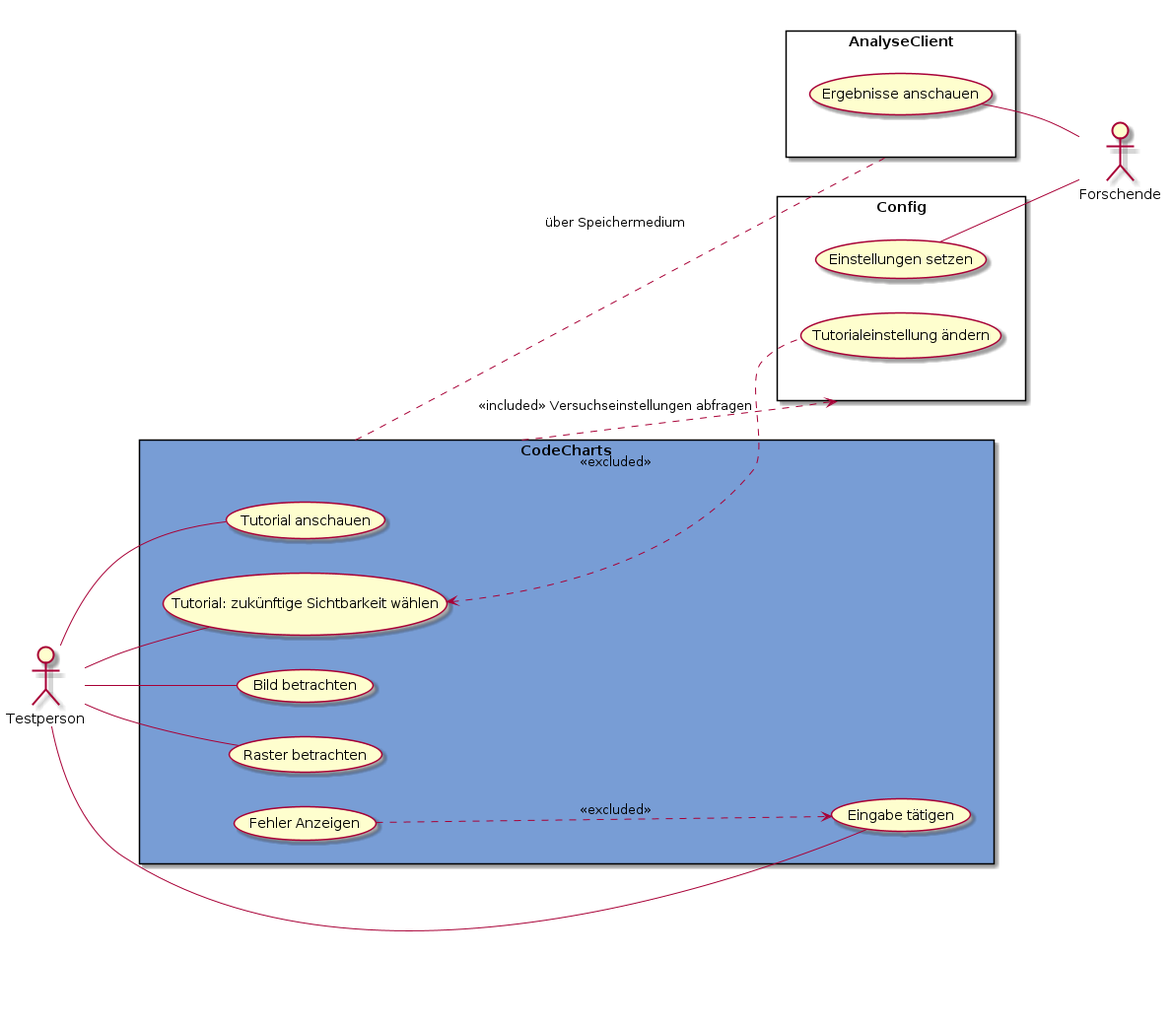
Earlier version of the PlantUML export meilenstein_05/usecase-CodeCharts/usecase-CodeCharts.png (weichware10/meilensteine).
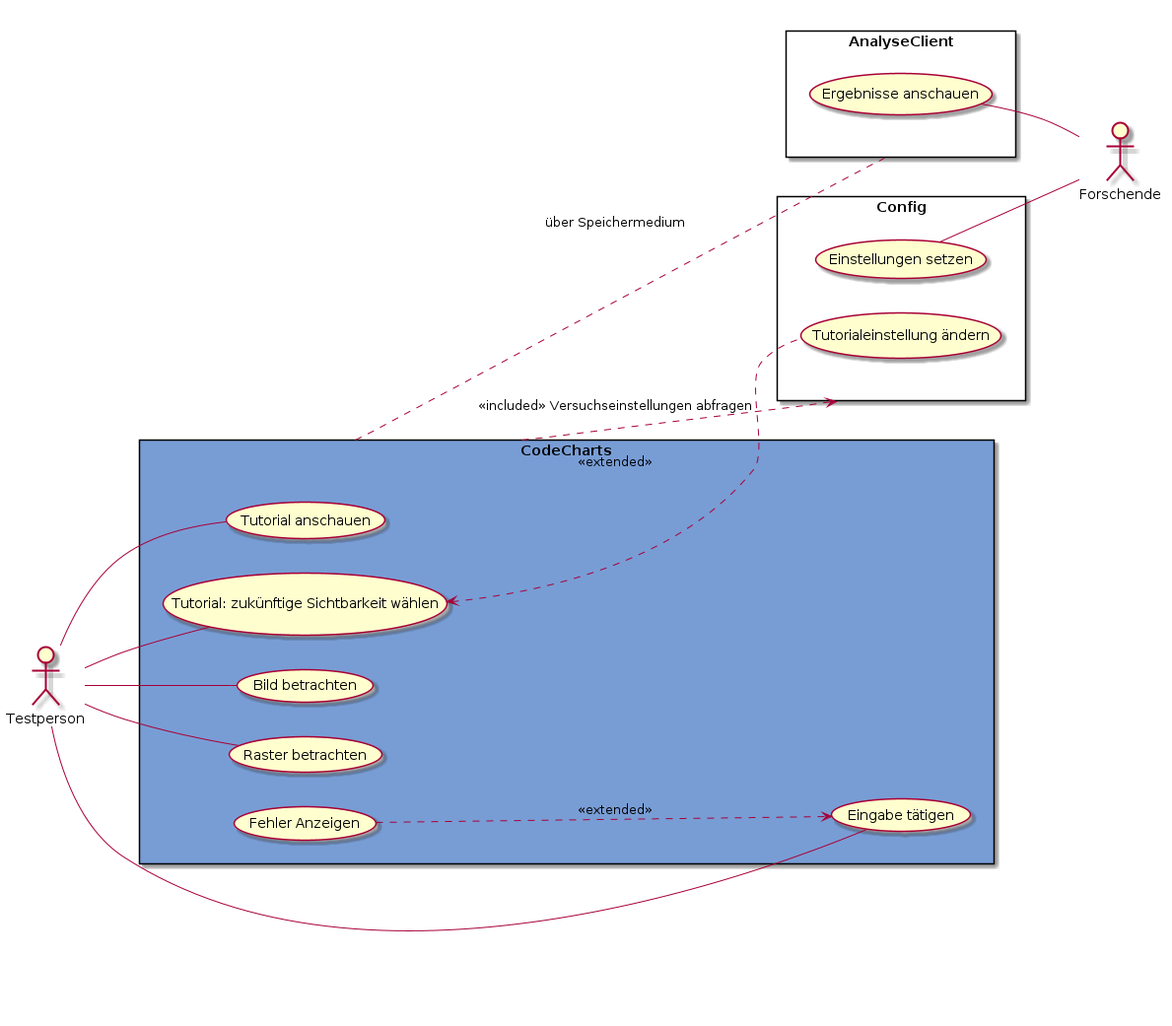
After the commit.

Commit message:
rendered PNGs

What changed in the source:
```diff
@@ -31,10 +31,10 @@
 es -- f
 ea -- f
 
-tw <.. tä : <<excluded>>
+tw <.. tä : <<extended>>
 z .. a : über Speichermedium
 z ..> c : <<included>> Versuchseinstellungen abfragen
-fa ..> et : <<excluded>>
+fa ..> et : <<extended>>
 
 
 @enduml
```
